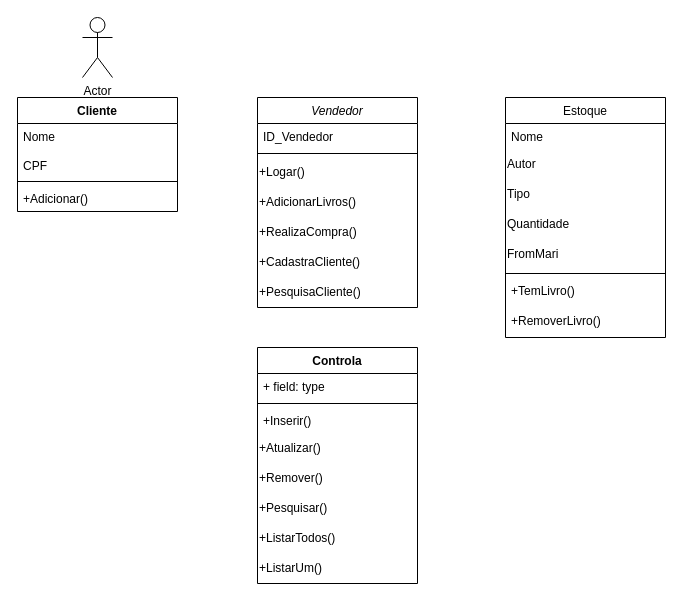
The draw.io diagram Documentação/UML_Primeira_Parte.drawio in AlecrimLunar/Banco-de-dados-Livraria, before the edit. Source tidied: cells renumbered, new cells numbered last; positions are measured from the earlier drawing's top-left corner, leaving out a move shared by most shapes. Both pictures are drawn from the tidied source at 100%, with x=0, y=0 at pixel (17, 17).
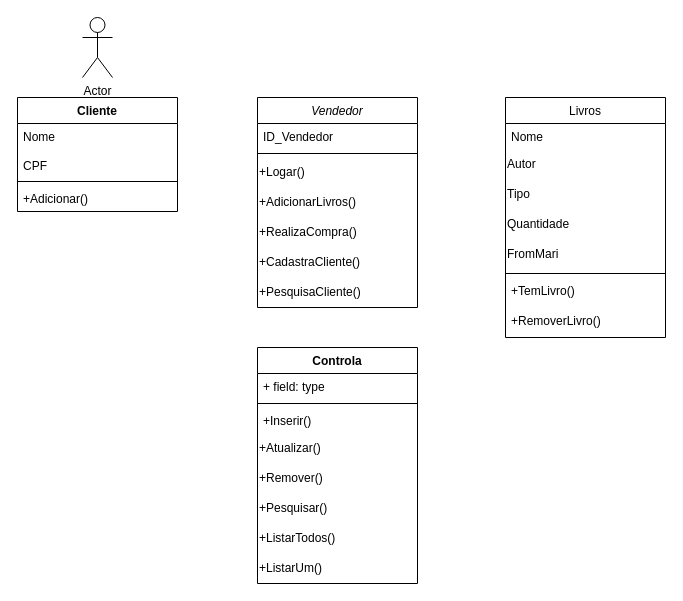
The same page after the edit.

Diff of the diagram source:
```diff
@@
-    <mxCell id="10" value="Estoque" style="swimlane;fontStyle=0;align=center;verticalAlign=top;horizontal=1;startSize=26;rounded=0;shadow=0;strokeWidth=1;" parent="1" vertex="1">
+    <mxCell id="10" value="Livros" style="swimlane;fontStyle=0;align=center;verticalAlign=top;horizontal=1;startSize=26;rounded=0;shadow=0;strokeWidth=1;" parent="1" vertex="1">
       <mxGeometry x="488" y="80" width="160" height="240" as="geometry" />
     </mxCell>
```
